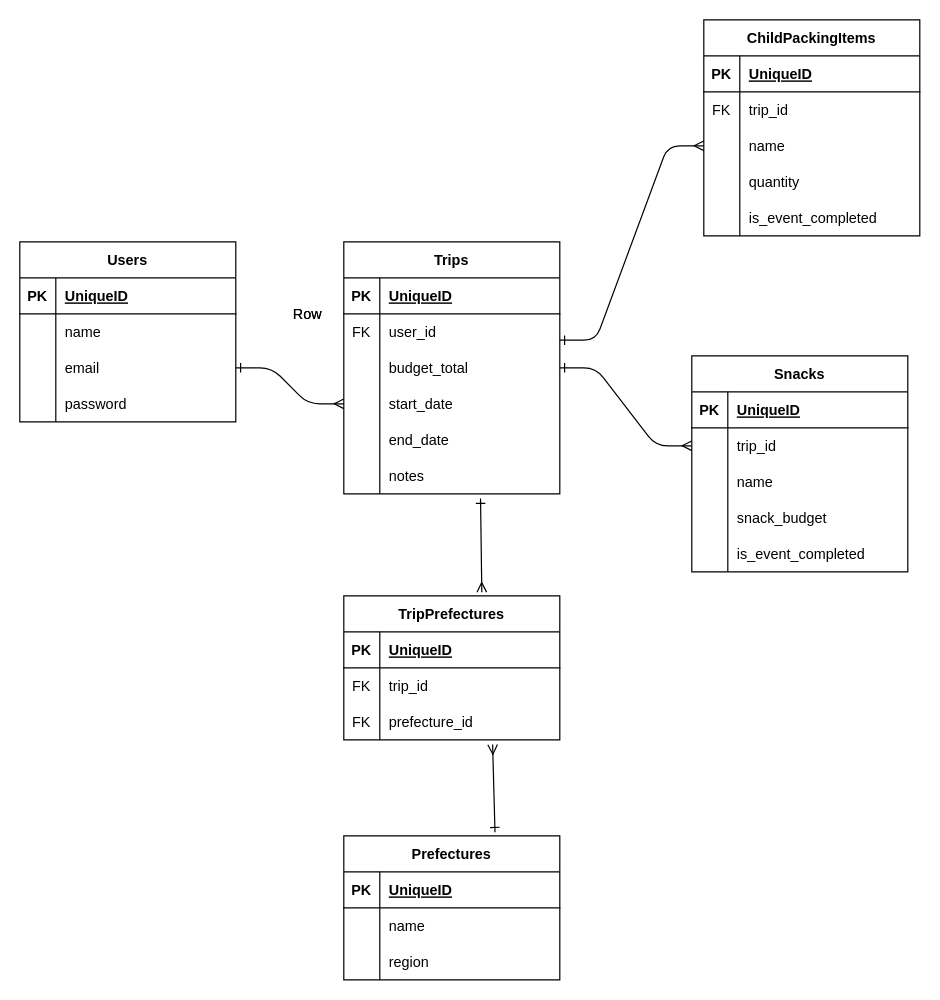
Above: oyakotabi.dio in inayukaina/oyakotabi (draw.io), before the change. Source tidied: cells renumbered, new cells numbered last; positions are measured from the earlier drawing's top-left corner, leaving out a move shared by most shapes. Both pictures are drawn from the tidied source at 120%, with x=0, y=0 at pixel (19, 19).
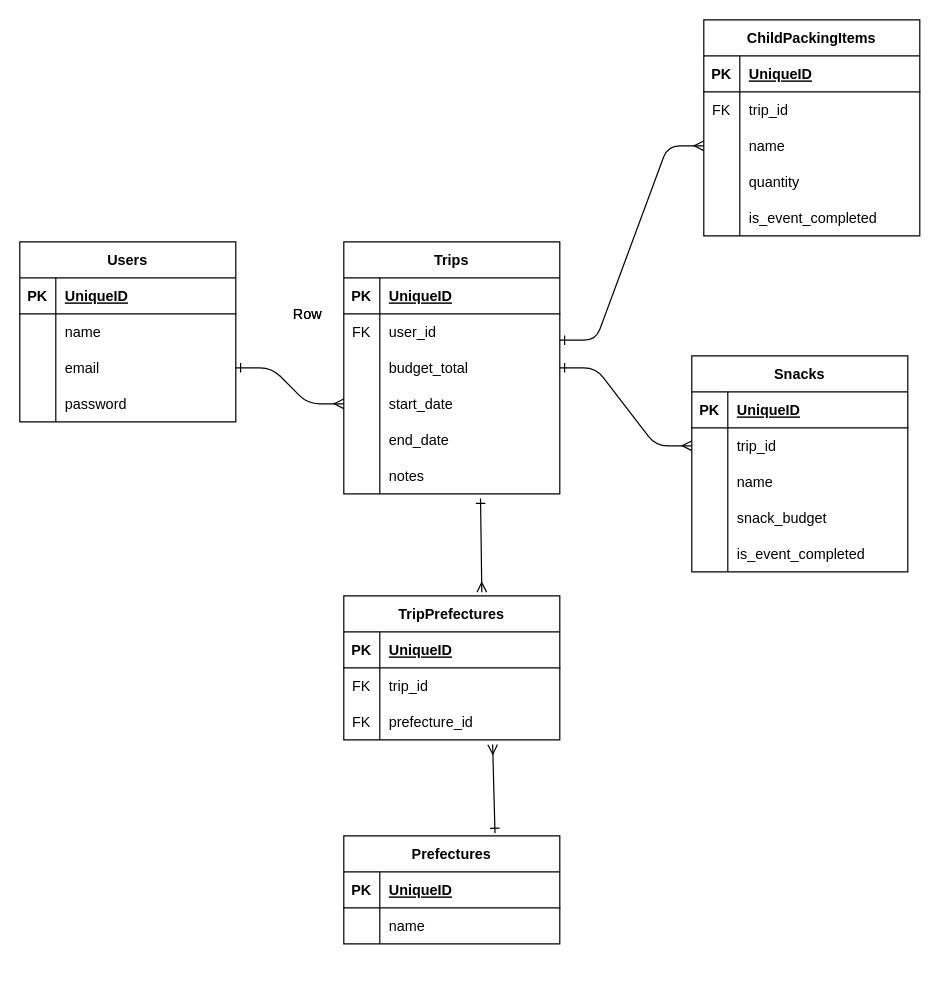
The same page after the edit.

Commit message:
カラムの修正

Change to the diagram source:
```diff
@@
     <mxCell id="34" value="Prefectures" style="shape=table;startSize=30;childLayout=tableLayout;rowLines=0;fontStyle=1;align=center;" parent="1" vertex="1">
-      <mxGeometry x="270" y="680" width="180" height="120" as="geometry" />
+      <mxGeometry x="270" y="680" width="180" height="90" as="geometry" />
     </mxCell>
@@
-    <mxCell id="41" style="shape=tableRow;horizontal=0;startSize=0;swimlaneHead=0;swimlaneBody=0;fillColor=none;top=0;left=0;right=0;bottom=0;" parent="34" vertex="1">
-      <mxGeometry y="90" width="180" height="30" as="geometry" />
-    </mxCell>
-    <mxCell id="42" style="shape=partialRectangle;fillColor=none;top=0;left=0;bottom=0;right=0;overflow=hidden;" parent="41" vertex="1">
-      <mxGeometry width="30" height="30" as="geometry" />
-    </mxCell>
-    <mxCell id="43" value="region" style="shape=partialRectangle;fillColor=none;top=0;left=0;bottom=0;right=0;align=left;spacingLeft=6;overflow=hidden;" parent="41" vertex="1">
-      <mxGeometry x="30" width="150" height="30" as="geometry" />
-    </mxCell>
```
